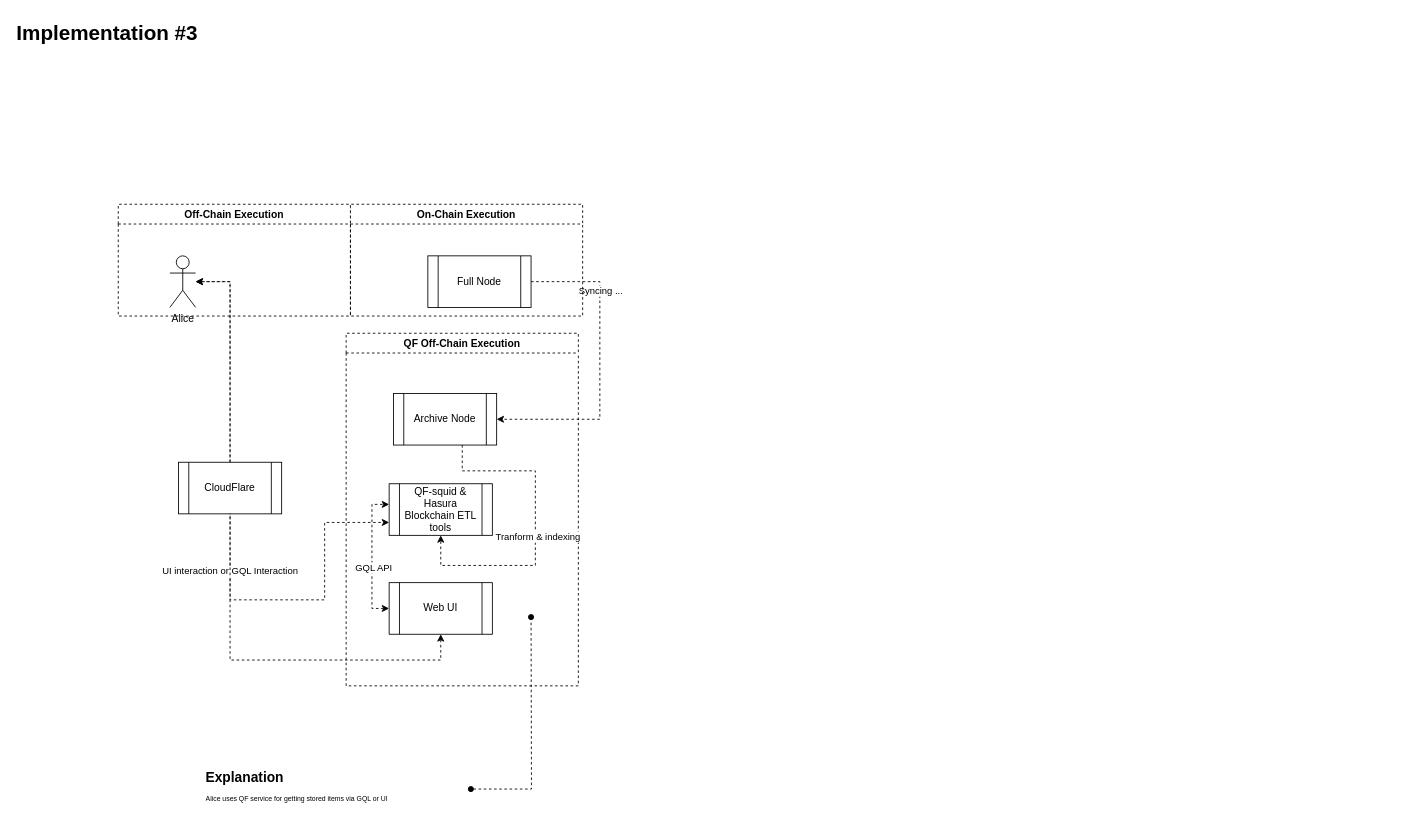
Earlier version of the draw.io diagram page "l3" (3 of 3) of docs/ADR/0011_implmentations_visualization.drawio (QuantumFusion-network/spec). Source tidied: cells renumbered, new cells numbered last; positions are measured from the earlier drawing's top-left corner, leaving out a move shared by most shapes. Both pictures are drawn from the tidied source at 86%, with x=0, y=0 at pixel (15, 15).
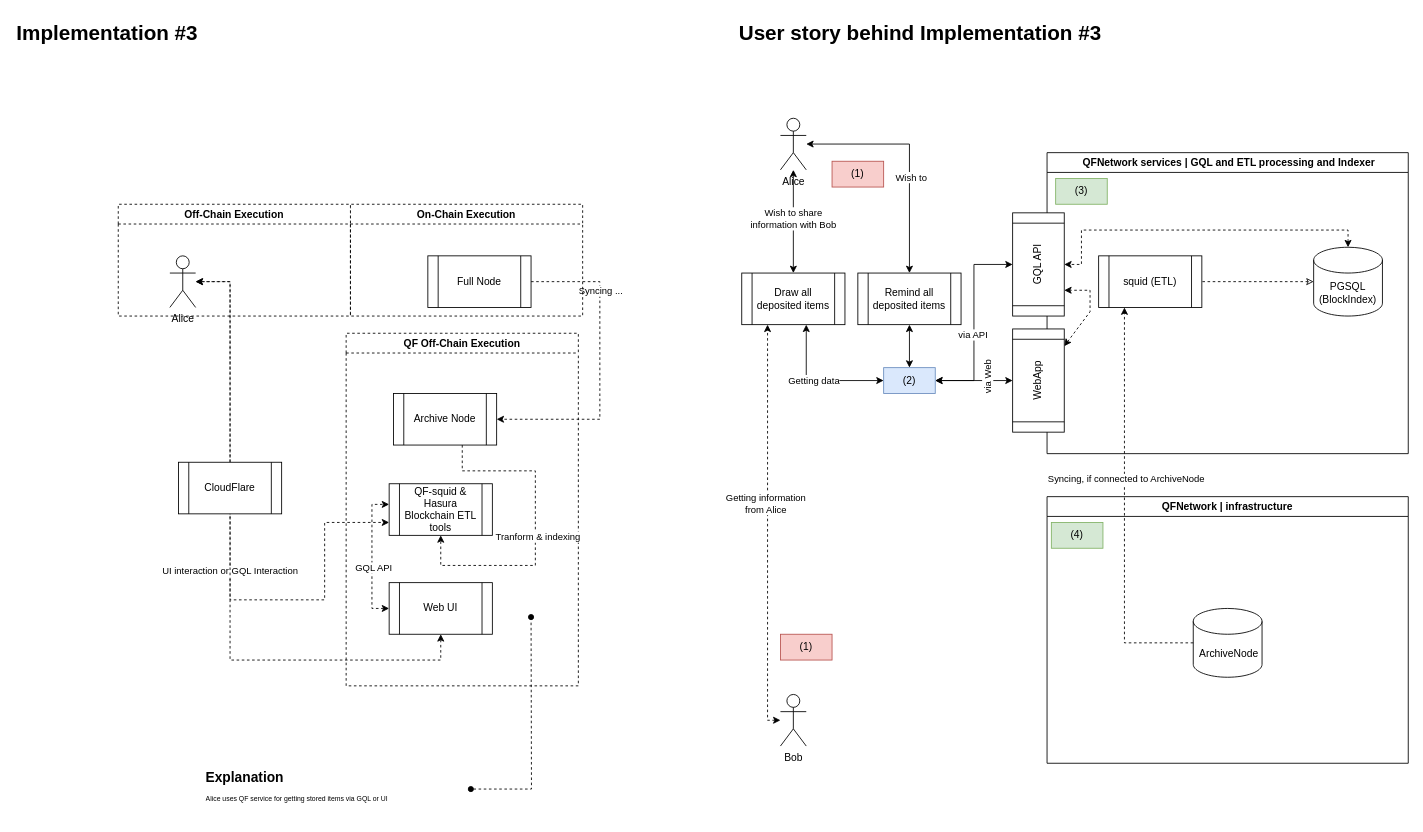
The same diagram, later.

Commit message (it also covers changes not shown here):
Add user's stories

Diff of the diagram source:
```diff
@@
+    <mxCell id="22" value="&lt;h1 style=&quot;margin-top: 0px;&quot;&gt;User story behind Implementation #3&lt;/h1&gt;" style="text;html=1;whiteSpace=wrap;overflow=hidden;rounded=0;" parent="1" vertex="1">
+      <mxGeometry x="840" width="760" height="120" as="geometry" />
+    </mxCell>
+    <mxCell id="23" style="edgeStyle=orthogonalEdgeStyle;rounded=0;jettySize=auto;html=1;startArrow=classic;startFill=1;" parent="1" edge="1" source="27" target="30">
+      <mxGeometry relative="1" as="geometry" />
+    </mxCell>
+    <mxCell id="24" value="Wish to share&lt;br&gt;information with Bob" style="edgeLabel;html=1;align=center;verticalAlign=middle;" parent="23" vertex="1">
+      <mxGeometry x="-0.07" relative="1" as="geometry">
+        <mxPoint x="-1" as="offset" />
+      </mxGeometry>
+    </mxCell>
+    <mxCell id="25" style="edgeStyle=orthogonalEdgeStyle;rounded=0;jettySize=auto;html=1;startArrow=classic;startFill=1;" parent="1" edge="1" source="27" target="39">
+      <mxGeometry relative="1" as="geometry" />
+    </mxCell>
+    <mxCell id="26" value="Wish to" style="edgeLabel;html=1;align=center;verticalAlign=middle;" parent="25" vertex="1">
+      <mxGeometry x="0.17" y="1" relative="1" as="geometry" />
+    </mxCell>
+    <mxCell id="27" value="Alice" style="shape=umlActor;verticalLabelPosition=bottom;verticalAlign=top;html=1;outlineConnect=0;" parent="1" vertex="1">
+      <mxGeometry x="890" y="120" width="30" height="60" as="geometry" />
+    </mxCell>
+    <mxCell id="28" style="edgeStyle=orthogonalEdgeStyle;rounded=0;jettySize=auto;html=1;entryX=0;entryY=0.5;entryDx=0;entryDy=0;startArrow=classic;startFill=1;" parent="1" edge="1" source="30" target="48">
+      <mxGeometry relative="1" as="geometry">
+        <Array as="points">
+          <mxPoint x="920" y="425" />
+        </Array>
+      </mxGeometry>
+    </mxCell>
+    <mxCell id="29" value="Getting data" style="edgeLabel;html=1;align=center;verticalAlign=middle;" parent="28" vertex="1">
+      <mxGeometry x="-0.06" y="1" relative="1" as="geometry" />
+    </mxCell>
+    <mxCell id="30" value="Draw all deposited items" style="shape=process;whiteSpace=wrap;html=1;backgroundOutline=1;" parent="1" vertex="1">
+      <mxGeometry x="845" y="300" width="120" height="60" as="geometry" />
+    </mxCell>
+    <mxCell id="31" value="&amp;nbsp;QFNetwork services | GQL and ETL processing and Indexer" style="swimlane;whiteSpace=wrap;html=1;" parent="1" vertex="1">
+      <mxGeometry x="1200" y="160" width="420" height="350" as="geometry" />
+    </mxCell>
+    <mxCell id="32" value="squid (ETL)" style="shape=process;whiteSpace=wrap;html=1;backgroundOutline=1;" parent="31" vertex="1">
+      <mxGeometry x="60" y="120" width="120" height="60" as="geometry" />
+    </mxCell>
+    <mxCell id="33" value="(3)" style="text;html=1;align=center;verticalAlign=middle;whiteSpace=wrap;rounded=0;fillColor=#d5e8d4;strokeColor=#82b366;" parent="31" vertex="1">
+      <mxGeometry x="10" y="30" width="60" height="30" as="geometry" />
+    </mxCell>
+    <mxCell id="34" value="GQL API" style="shape=process;whiteSpace=wrap;html=1;backgroundOutline=1;rotation=-90;" parent="31" vertex="1">
+      <mxGeometry x="-70" y="100" width="120" height="60" as="geometry" />
+    </mxCell>
+    <mxCell id="35" style="edgeStyle=orthogonalEdgeStyle;rounded=0;jettySize=auto;html=1;entryX=0.5;entryY=1;entryDx=0;entryDy=0;dashed=1;startArrow=classic;startFill=1;" parent="31" edge="1" source="36" target="34">
+      <mxGeometry relative="1" as="geometry">
+        <Array as="points">
+          <mxPoint x="350" y="90" />
+          <mxPoint x="40" y="90" />
+          <mxPoint x="40" y="130" />
+        </Array>
+      </mxGeometry>
+    </mxCell>
+    <mxCell id="36" value="PGSQL (BlockIndex)" style="shape=cylinder3;whiteSpace=wrap;html=1;boundedLbl=1;backgroundOutline=1;size=15;" parent="31" vertex="1">
+      <mxGeometry x="310" y="110" width="80" height="80" as="geometry" />
+    </mxCell>
+    <mxCell id="37" style="edgeStyle=orthogonalEdgeStyle;rounded=0;jettySize=auto;html=1;entryX=1;entryY=0.5;entryDx=0;entryDy=0;dashed=1;startArrow=classic;startFill=0;endArrow=none;" parent="31" edge="1" source="36" target="32">
+      <mxGeometry relative="1" as="geometry" />
+    </mxCell>
+    <mxCell id="38" style="edgeStyle=orthogonalEdgeStyle;rounded=0;jettySize=auto;html=1;entryX=0.5;entryY=0;entryDx=0;entryDy=0;startArrow=classic;startFill=1;" parent="1" edge="1" source="39" target="48">
+      <mxGeometry relative="1" as="geometry" />
+    </mxCell>
+    <mxCell id="39" value="Remind all deposited items" style="shape=process;whiteSpace=wrap;html=1;backgroundOutline=1;" parent="1" vertex="1">
+      <mxGeometry x="980" y="300" width="120" height="60" as="geometry" />
+    </mxCell>
+    <mxCell id="40" value="QFNetwork | infrastructure" style="swimlane;whiteSpace=wrap;html=1;" parent="1" vertex="1">
+      <mxGeometry x="1200" y="560" width="420" height="310" as="geometry" />
+    </mxCell>
+    <mxCell id="41" value="&amp;nbsp;ArchiveNode" style="shape=cylinder3;whiteSpace=wrap;html=1;boundedLbl=1;backgroundOutline=1;size=15;" parent="40" vertex="1">
+      <mxGeometry x="170" y="130" width="80" height="80" as="geometry" />
+    </mxCell>
+    <mxCell id="42" value="(4)" style="text;html=1;align=center;verticalAlign=middle;whiteSpace=wrap;rounded=0;fillColor=#d5e8d4;strokeColor=#82b366;" parent="40" vertex="1">
+      <mxGeometry x="5" y="30" width="60" height="30" as="geometry" />
+    </mxCell>
+    <mxCell id="43" value="(1)" style="text;html=1;align=center;verticalAlign=middle;whiteSpace=wrap;rounded=0;fillColor=#f8cecc;strokeColor=#b85450;" parent="1" vertex="1">
+      <mxGeometry x="950" y="170" width="60" height="30" as="geometry" />
+    </mxCell>
+    <mxCell id="44" style="edgeStyle=orthogonalEdgeStyle;rounded=0;jettySize=auto;html=1;entryX=0.5;entryY=0;entryDx=0;entryDy=0;startArrow=classic;startFill=1;" parent="1" edge="1" source="48" target="34">
+      <mxGeometry relative="1" as="geometry" />
+    </mxCell>
+    <mxCell id="45" value="via API" style="edgeLabel;html=1;align=center;verticalAlign=middle;" parent="44" vertex="1">
+      <mxGeometry x="-0.12" y="2" relative="1" as="geometry" />
+    </mxCell>
+    <mxCell id="46" style="edgeStyle=orthogonalEdgeStyle;rounded=0;jettySize=auto;html=1;startArrow=classic;startFill=1;" parent="1" edge="1" source="48" target="56">
+      <mxGeometry relative="1" as="geometry" />
+    </mxCell>
+    <mxCell id="47" value="via Web" style="edgeLabel;html=1;align=center;verticalAlign=middle;rotation=-90;" parent="46" vertex="1">
+      <mxGeometry x="0.34" y="3" relative="1" as="geometry" />
+    </mxCell>
+    <mxCell id="48" value="(2)" style="text;html=1;align=center;verticalAlign=middle;whiteSpace=wrap;rounded=0;fillColor=#dae8fc;strokeColor=#6c8ebf;" parent="1" vertex="1">
+      <mxGeometry x="1010" y="410" width="60" height="30" as="geometry" />
+    </mxCell>
+    <mxCell id="49" style="edgeStyle=orthogonalEdgeStyle;rounded=0;jettySize=auto;html=1;entryX=0.25;entryY=1;entryDx=0;entryDy=0;dashed=1;" parent="1" edge="1" source="41" target="32">
+      <mxGeometry relative="1" as="geometry">
+        <Array as="points">
+          <mxPoint x="1290" y="730" />
+        </Array>
+      </mxGeometry>
+    </mxCell>
+    <mxCell id="50" value="Syncing, if connected to ArchiveNode" style="edgeLabel;html=1;align=center;verticalAlign=middle;" parent="49" vertex="1">
+      <mxGeometry x="0.33" y="-1" relative="1" as="geometry">
+        <mxPoint y="42" as="offset" />
+      </mxGeometry>
+    </mxCell>
+    <mxCell id="51" style="edgeStyle=orthogonalEdgeStyle;rounded=0;jettySize=auto;html=1;entryX=0.25;entryY=1;entryDx=0;entryDy=0;dashed=1;startArrow=classic;startFill=1;" parent="1" edge="1" source="53" target="30">
+      <mxGeometry relative="1" as="geometry">
+        <Array as="points">
+          <mxPoint x="875" y="820" />
+        </Array>
+      </mxGeometry>
+    </mxCell>
+    <mxCell id="52" value="Getting information&lt;br&gt;from Alice" style="edgeLabel;html=1;align=center;verticalAlign=middle;" parent="51" vertex="1">
+      <mxGeometry x="0.13" y="3" relative="1" as="geometry" />
+    </mxCell>
+    <mxCell id="53" value="Bob" style="shape=umlActor;verticalLabelPosition=bottom;verticalAlign=top;html=1;outlineConnect=0;" parent="1" vertex="1">
+      <mxGeometry x="890" y="790" width="30" height="60" as="geometry" />
+    </mxCell>
+    <mxCell id="54" value="(1)" style="text;html=1;align=center;verticalAlign=middle;whiteSpace=wrap;rounded=0;fillColor=#f8cecc;strokeColor=#b85450;" parent="1" vertex="1">
+      <mxGeometry x="890" y="720" width="60" height="30" as="geometry" />
+    </mxCell>
+    <mxCell id="55" style="edgeStyle=orthogonalEdgeStyle;rounded=0;jettySize=auto;html=1;entryX=0.25;entryY=1;entryDx=0;entryDy=0;dashed=1;startArrow=classic;startFill=1;" parent="1" edge="1" source="56" target="34">
+      <mxGeometry relative="1" as="geometry">
+        <Array as="points">
+          <mxPoint x="1250" y="345" />
+          <mxPoint x="1250" y="320" />
+        </Array>
+      </mxGeometry>
+    </mxCell>
+    <mxCell id="56" value="WebApp" style="shape=process;whiteSpace=wrap;html=1;backgroundOutline=1;rotation=-90;" parent="1" vertex="1">
+      <mxGeometry x="1130" y="395" width="120" height="60" as="geometry" />
+    </mxCell>
```
